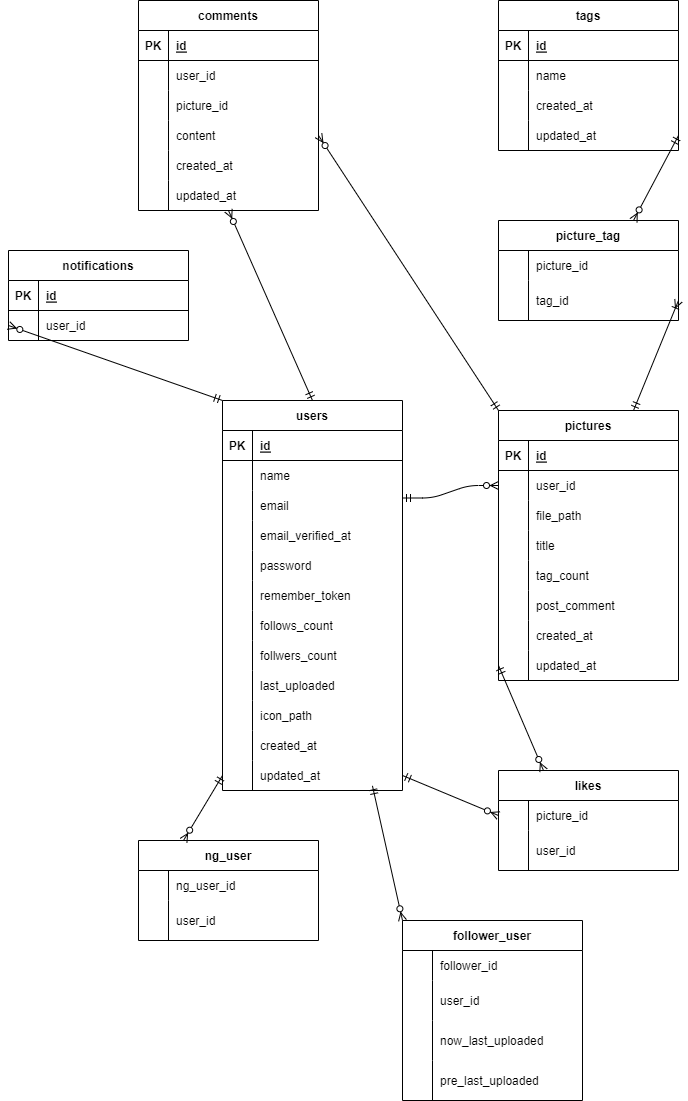
Earlier version of the draw.io export picoo/er.drawio.png (reth4e/Picoo_aws2). Source tidied: cells renumbered, new cells last; positions are measured from the earlier drawing's top-left corner, leaving out a move shared by most shapes.
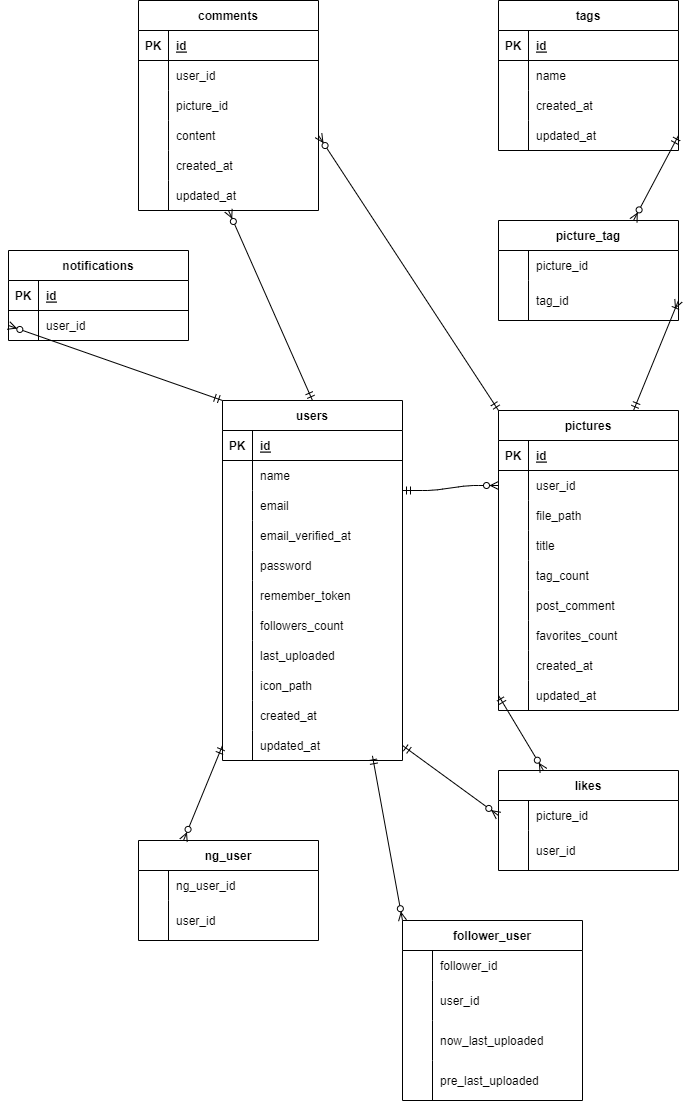
Later version of the same file.

Commit message:
feat:popularPage in PictureController & changeIcon in UserController, add:popularpage.blade.php, delete:column['follows_count'] in users_table

The edit, as a diff of the source:
```diff
@@ -3,7 +3,7 @@
     <mxCell id="0" />
     <mxCell id="1" parent="0" />
     <mxCell id="2" value="users" style="shape=table;startSize=30;rowLines=0;fontStyle=1;align=center;" parent="1" vertex="1">
-      <mxGeometry x="214" y="400" width="180" height="390" as="geometry" />
+      <mxGeometry x="214" y="400" width="180" height="360" as="geometry" />
     </mxCell>
     <mxCell id="3" style="shape=tableRow;horizontal=0;startSize=0;swimlaneHead=0;swimlaneBody=0;fillColor=none;top=0;left=0;right=0;bottom=1;" parent="2" vertex="1">
       <mxGeometry y="30" width="180" height="30" as="geometry" />
@@ -59,26 +59,17 @@
     <mxCell id="20" value="remember_token" style="shape=partialRectangle;fillColor=none;top=0;left=0;bottom=0;right=0;align=left;spacingLeft=6;overflow=hidden;" parent="18" vertex="1">
       <mxGeometry x="30" width="150" height="30" as="geometry" />
     </mxCell>
-    <mxCell id="21" style="shape=tableRow;horizontal=0;startSize=0;swimlaneHead=0;swimlaneBody=0;fillColor=none;top=0;left=0;right=0;bottom=0;" parent="2" vertex="1">
-      <mxGeometry y="210" width="180" height="30" as="geometry" />
-    </mxCell>
-    <mxCell id="22" style="shape=partialRectangle;fillColor=none;top=0;left=0;bottom=0;right=0;overflow=hidden;" parent="21" vertex="1">
-      <mxGeometry width="30" height="30" as="geometry" />
-    </mxCell>
-    <mxCell id="23" value="follows_count" style="shape=partialRectangle;fillColor=none;top=0;left=0;bottom=0;right=0;align=left;spacingLeft=6;overflow=hidden;" parent="21" vertex="1">
-      <mxGeometry x="30" width="150" height="30" as="geometry" />
-    </mxCell>
-    <mxCell id="24" style="shape=tableRow;horizontal=0;startSize=0;swimlaneHead=0;swimlaneBody=0;fillColor=none;top=0;left=0;right=0;bottom=0;" parent="2" vertex="1">
-      <mxGeometry y="240" width="180" height="30" as="geometry" />
-    </mxCell>
-    <mxCell id="25" style="shape=partialRectangle;fillColor=none;top=0;left=0;bottom=0;right=0;overflow=hidden;" parent="24" vertex="1">
-      <mxGeometry width="30" height="30" as="geometry" />
-    </mxCell>
-    <mxCell id="26" value="follwers_count" style="shape=partialRectangle;fillColor=none;top=0;left=0;bottom=0;right=0;align=left;spacingLeft=6;overflow=hidden;" parent="24" vertex="1">
-      <mxGeometry x="30" width="150" height="30" as="geometry" />
-    </mxCell>
+    <mxCell id="148" style="shape=tableRow;horizontal=0;startSize=0;swimlaneHead=0;swimlaneBody=0;fillColor=none;top=0;left=0;right=0;bottom=0;" parent="2" vertex="1">
+      <mxGeometry y="210" width="180" height="30" as="geometry" />
+    </mxCell>
+    <mxCell id="149" style="shape=partialRectangle;fillColor=none;top=0;left=0;bottom=0;right=0;overflow=hidden;" parent="148" vertex="1">
+      <mxGeometry width="30" height="30" as="geometry" />
+    </mxCell>
+    <mxCell id="150" value="followers_count" style="shape=partialRectangle;fillColor=none;top=0;left=0;bottom=0;right=0;align=left;spacingLeft=6;overflow=hidden;" parent="148" vertex="1">
+      <mxGeometry x="30" width="150" height="30" as="geometry" />
+    </mxCell>
     <mxCell id="27" style="shape=tableRow;horizontal=0;startSize=0;swimlaneHead=0;swimlaneBody=0;fillColor=none;top=0;left=0;right=0;bottom=0;" parent="2" vertex="1">
-      <mxGeometry y="270" width="180" height="30" as="geometry" />
+      <mxGeometry y="240" width="180" height="30" as="geometry" />
     </mxCell>
     <mxCell id="28" style="shape=partialRectangle;fillColor=none;top=0;left=0;bottom=0;right=0;overflow=hidden;" parent="27" vertex="1">
       <mxGeometry width="30" height="30" as="geometry" />
@@ -87,7 +78,7 @@
       <mxGeometry x="30" width="150" height="30" as="geometry" />
     </mxCell>
     <mxCell id="30" style="shape=tableRow;horizontal=0;startSize=0;swimlaneHead=0;swimlaneBody=0;fillColor=none;top=0;left=0;right=0;bottom=0;" parent="2" vertex="1">
-      <mxGeometry y="300" width="180" height="30" as="geometry" />
+      <mxGeometry y="270" width="180" height="30" as="geometry" />
     </mxCell>
     <mxCell id="31" style="shape=partialRectangle;fillColor=none;top=0;left=0;bottom=0;right=0;overflow=hidden;" parent="30" vertex="1">
       <mxGeometry width="30" height="30" as="geometry" />
@@ -96,7 +87,7 @@
       <mxGeometry x="30" width="150" height="30" as="geometry" />
     </mxCell>
     <mxCell id="33" style="shape=tableRow;horizontal=0;startSize=0;swimlaneHead=0;swimlaneBody=0;fillColor=none;top=0;left=0;right=0;bottom=0;" parent="2" vertex="1">
-      <mxGeometry y="330" width="180" height="30" as="geometry" />
+      <mxGeometry y="300" width="180" height="30" as="geometry" />
     </mxCell>
     <mxCell id="34" style="shape=partialRectangle;fillColor=none;top=0;left=0;bottom=0;right=0;overflow=hidden;" parent="33" vertex="1">
       <mxGeometry width="30" height="30" as="geometry" />
@@ -105,7 +96,7 @@
       <mxGeometry x="30" width="150" height="30" as="geometry" />
     </mxCell>
     <mxCell id="36" style="shape=tableRow;horizontal=0;startSize=0;swimlaneHead=0;swimlaneBody=0;fillColor=none;points=[[0,0.5],[1,0.5]];portConstraint=eastwest;top=0;left=0;right=0;bottom=0;" parent="2" vertex="1">
-      <mxGeometry y="360" width="180" height="30" as="geometry" />
+      <mxGeometry y="330" width="180" height="30" as="geometry" />
     </mxCell>
     <mxCell id="37" style="shape=partialRectangle;fillColor=none;top=0;left=0;bottom=0;right=0;overflow=hidden;" parent="36" vertex="1">
       <mxGeometry width="30" height="30" as="geometry" />
@@ -114,7 +105,7 @@
       <mxGeometry x="30" width="150" height="30" as="geometry" />
     </mxCell>
     <mxCell id="39" value="pictures" style="shape=table;startSize=30;rowLines=0;fontStyle=1;align=center;" parent="1" vertex="1">
-      <mxGeometry x="490" y="410" width="180" height="270" as="geometry" />
+      <mxGeometry x="490" y="410" width="180" height="300" as="geometry" />
     </mxCell>
     <mxCell id="40" style="shape=tableRow;horizontal=0;startSize=0;swimlaneHead=0;swimlaneBody=0;fillColor=none;top=0;left=0;right=0;bottom=1;" parent="39" vertex="1">
       <mxGeometry y="30" width="180" height="30" as="geometry" />
@@ -170,8 +161,17 @@
     <mxCell id="57" value="post_comment" style="shape=partialRectangle;fillColor=none;top=0;left=0;bottom=0;right=0;align=left;spacingLeft=6;overflow=hidden;" parent="55" vertex="1">
       <mxGeometry x="30" width="150" height="30" as="geometry" />
     </mxCell>
+    <mxCell id="151" style="shape=tableRow;horizontal=0;startSize=0;swimlaneHead=0;swimlaneBody=0;fillColor=none;top=0;left=0;right=0;bottom=0;" parent="39" vertex="1">
+      <mxGeometry y="210" width="180" height="30" as="geometry" />
+    </mxCell>
+    <mxCell id="152" style="shape=partialRectangle;fillColor=none;top=0;left=0;bottom=0;right=0;overflow=hidden;" parent="151" vertex="1">
+      <mxGeometry width="30" height="30" as="geometry" />
+    </mxCell>
+    <mxCell id="153" value="favorites_count" style="shape=partialRectangle;fillColor=none;top=0;left=0;bottom=0;right=0;align=left;spacingLeft=6;overflow=hidden;" parent="151" vertex="1">
+      <mxGeometry x="30" width="150" height="30" as="geometry" />
+    </mxCell>
     <mxCell id="58" style="shape=tableRow;horizontal=0;startSize=0;swimlaneHead=0;swimlaneBody=0;fillColor=none;top=0;left=0;right=0;bottom=0;" parent="39" vertex="1">
-      <mxGeometry y="210" width="180" height="30" as="geometry" />
+      <mxGeometry y="240" width="180" height="30" as="geometry" />
     </mxCell>
     <mxCell id="59" style="shape=partialRectangle;fillColor=none;top=0;left=0;bottom=0;right=0;overflow=hidden;" parent="58" vertex="1">
       <mxGeometry width="30" height="30" as="geometry" />
@@ -180,7 +180,7 @@
       <mxGeometry x="30" width="150" height="30" as="geometry" />
     </mxCell>
     <mxCell id="61" style="shape=tableRow;horizontal=0;startSize=0;swimlaneHead=0;swimlaneBody=0;fillColor=none;points=[[0,0.5],[1,0.5]];portConstraint=eastwest;top=0;left=0;right=0;bottom=0;" parent="39" vertex="1">
-      <mxGeometry y="240" width="180" height="30" as="geometry" />
+      <mxGeometry y="270" width="180" height="30" as="geometry" />
     </mxCell>
     <mxCell id="62" style="shape=partialRectangle;fillColor=none;top=0;left=0;bottom=0;right=0;overflow=hidden;" parent="61" vertex="1">
       <mxGeometry width="30" height="30" as="geometry" />
```
